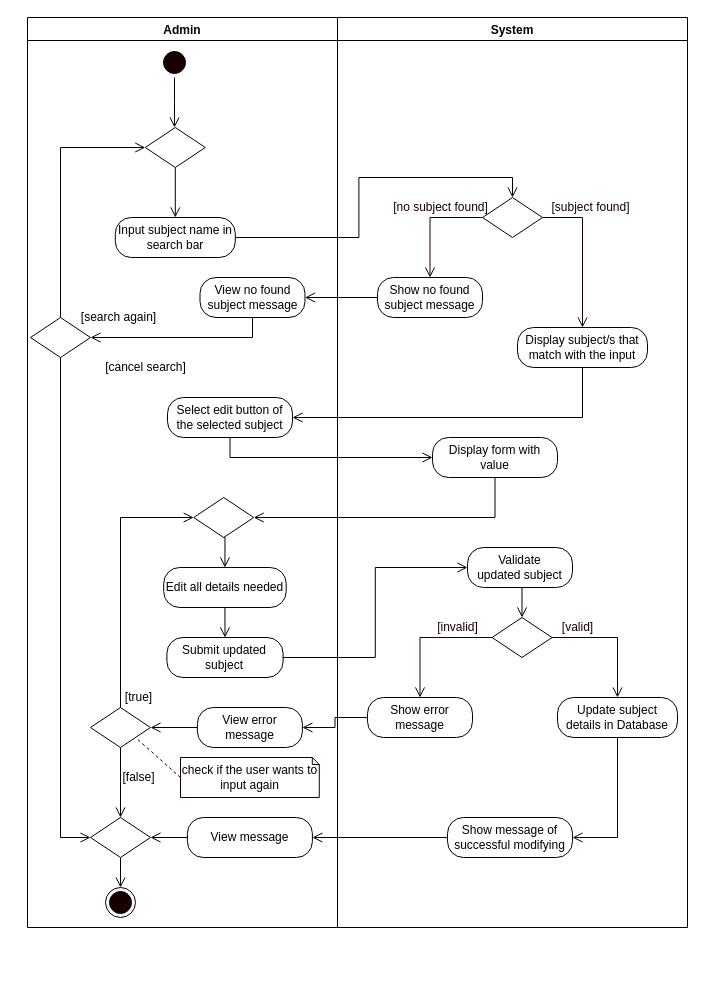
This is page "Edit Subject" (2 of 12) of REVISIONS/UML-DIAGRAMS/6-28-2021/ACTIVITY DIAGRAM/ACTIVITY DIAGRAM2.drawio from mrklglsn/CAPSTONE-FILES, a draw.io file, before an edit. Source tidied: cells renumbered, new cells numbered last; positions are measured from the earlier drawing's top-left corner, leaving out a move shared by most shapes. Both pictures are drawn from the tidied source at 100%, with x=0, y=0 at pixel (27, 17).
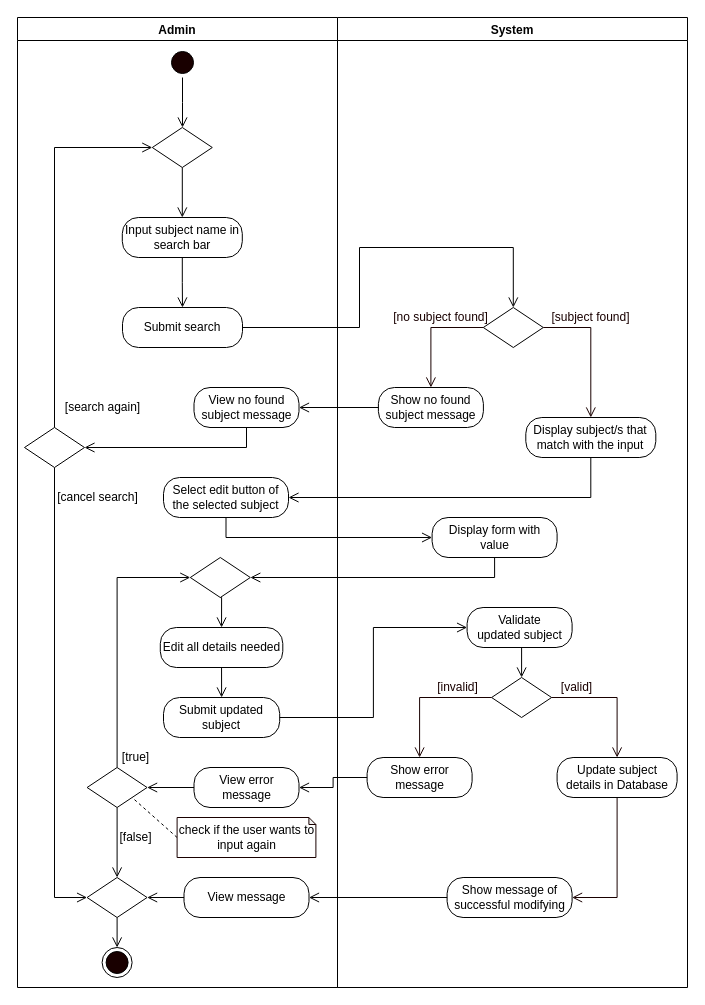
After the change.

Change to the diagram source:
```diff
@@
     <mxCell id="2" value="Admin" style="swimlane;startSize=23;" parent="1" vertex="1">
-      <mxGeometry width="310" height="910" as="geometry" />
+      <mxGeometry x="-10" width="320" height="970" as="geometry" />
     </mxCell>
     <mxCell id="3" style="edgeStyle=orthogonalEdgeStyle;rounded=0;jettySize=auto;html=1;exitX=0.5;exitY=1;exitDx=0;exitDy=0;entryX=0.5;entryY=0;entryDx=0;entryDy=0;endArrow=open;endFill=0;endSize=8;" parent="2" edge="1" source="4">
       <mxGeometry relative="1" as="geometry">
-        <mxPoint x="147" y="110" as="targetPoint" />
+        <mxPoint x="165" y="110" as="targetPoint" />
       </mxGeometry>
     </mxCell>
     <mxCell id="4" style="ellipse;html=1;shape=startState;fillColor=#190000;" parent="2" vertex="1">
-      <mxGeometry x="132" y="30" width="30" height="30" as="geometry" />
+      <mxGeometry x="150" y="30" width="30" height="30" as="geometry" />
     </mxCell>
@@
     <mxCell id="6" value="Edit all details needed" style="rounded=1;whiteSpace=wrap;html=1;arcSize=40;" parent="2" vertex="1">
-      <mxGeometry x="136.2" y="550" width="122.5" height="40" as="geometry" />
+      <mxGeometry x="142.8" y="610" width="122.5" height="40" as="geometry" />
     </mxCell>
     <mxCell id="7" value="Submit updated subject" style="rounded=1;whiteSpace=wrap;html=1;arcSize=40;" parent="2" vertex="1">
-      <mxGeometry x="139.4" y="620" width="116.2" height="40" as="geometry" />
+      <mxGeometry x="146" y="680" width="116.2" height="40" as="geometry" />
     </mxCell>
@@
     <mxCell id="9" style="rhombus;whiteSpace=wrap;html=1;" parent="2" vertex="1">
-      <mxGeometry x="166.2" y="480" width="60" height="40" as="geometry" />
+      <mxGeometry x="172.8" y="540" width="60" height="40" as="geometry" />
     </mxCell>
@@
     <mxCell id="12" style="rhombus;whiteSpace=wrap;html=1;" parent="2" vertex="1">
-      <mxGeometry x="63" y="690" width="60" height="40" as="geometry" />
+      <mxGeometry x="69.6" y="750" width="60" height="40" as="geometry" />
     </mxCell>
     <mxCell id="13" value="[true]" style="text;html=1;align=center;verticalAlign=middle;strokeColor=none;" parent="2" vertex="1">
-      <mxGeometry x="91.2" y="670" width="40" height="20" as="geometry" />
+      <mxGeometry x="97.8" y="730" width="40" height="20" as="geometry" />
     </mxCell>
@@
     <mxCell id="15" value="check if the user wants to input again" style="shape=note;whiteSpace=wrap;html=1;backgroundOutline=1;darkOpacity=0.05;strokeColor=#190000;size=7;" parent="2" vertex="1">
-      <mxGeometry x="153" y="740" width="138.8" height="40" as="geometry" />
+      <mxGeometry x="159.6" y="800" width="138.8" height="40" as="geometry" />
     </mxCell>
     <mxCell id="16" value="[false]" style="text;html=1;align=center;verticalAlign=middle;strokeColor=none;" parent="2" vertex="1">
-      <mxGeometry x="86.2" y="750" width="50" height="20" as="geometry" />
+      <mxGeometry x="92.8" y="810" width="50" height="20" as="geometry" />
     </mxCell>
     <mxCell id="17" style="ellipse;html=1;shape=endState;fillColor=#190000;" parent="2" vertex="1">
-      <mxGeometry x="78" y="870" width="30" height="30" as="geometry" />
+      <mxGeometry x="84.6" y="930" width="30" height="30" as="geometry" />
     </mxCell>
@@
     <mxCell id="19" value="View error message" style="rounded=1;whiteSpace=wrap;html=1;arcSize=40;" parent="2" vertex="1">
-      <mxGeometry x="169.9" y="690" width="105" height="40" as="geometry" />
+      <mxGeometry x="176.5" y="750" width="105" height="40" as="geometry" />
     </mxCell>
@@
     <mxCell id="21" value="View message" style="rounded=1;whiteSpace=wrap;html=1;arcSize=40;" parent="2" vertex="1">
-      <mxGeometry x="159.9" y="800" width="125" height="40" as="geometry" />
+      <mxGeometry x="166.5" y="860" width="125" height="40" as="geometry" />
     </mxCell>
@@
     <mxCell id="23" style="rhombus;whiteSpace=wrap;html=1;" parent="2" vertex="1">
-      <mxGeometry x="63" y="800" width="60" height="40" as="geometry" />
+      <mxGeometry x="69.6" y="860" width="60" height="40" as="geometry" />
     </mxCell>
+    <mxCell id="27" value="Select edit button of the selected subject" style="rounded=1;whiteSpace=wrap;html=1;arcSize=40;" parent="2" vertex="1">
+      <mxGeometry x="146" y="460" width="125" height="40" as="geometry" />
+    </mxCell>
+    <mxCell id="28" style="edgeStyle=orthogonalEdgeStyle;rounded=0;jettySize=auto;html=1;exitX=0.5;exitY=1;exitDx=0;exitDy=0;endArrow=open;endFill=0;endSize=8;entryX=0;entryY=0.5;entryDx=0;entryDy=0;" parent="2" edge="1" source="24" target="23">
+      <mxGeometry relative="1" as="geometry" />
+    </mxCell>
     <mxCell id="24" style="rhombus;whiteSpace=wrap;html=1;" parent="2" vertex="1">
-      <mxGeometry x="3" y="300" width="60" height="40" as="geometry" />
+      <mxGeometry x="7" y="410" width="60" height="40" as="geometry" />
     </mxCell>
     <mxCell id="25" value="[search again]" style="text;html=1;align=center;verticalAlign=middle;strokeColor=none;rotation=0;" parent="2" vertex="1">
-      <mxGeometry x="46.2" y="290" width="90" height="20" as="geometry" />
+      <mxGeometry x="39.6" y="380" width="90" height="20" as="geometry" />
     </mxCell>
     <mxCell id="26" value="[cancel search]" style="text;html=1;align=center;verticalAlign=middle;strokeColor=none;rotation=0;" parent="2" vertex="1">
-      <mxGeometry x="68.2" y="340" width="100" height="20" as="geometry" />
+      <mxGeometry x="29.6" y="470" width="100" height="20" as="geometry" />
     </mxCell>
-    <mxCell id="27" value="Select edit button of the selected subject" style="rounded=1;whiteSpace=wrap;html=1;arcSize=40;" parent="2" vertex="1">
-      <mxGeometry x="140" y="380" width="125" height="40" as="geometry" />
-    </mxCell>
-    <mxCell id="28" style="edgeStyle=orthogonalEdgeStyle;rounded=0;jettySize=auto;html=1;exitX=0.5;exitY=1;exitDx=0;exitDy=0;endArrow=open;endFill=0;endSize=8;entryX=0;entryY=0.5;entryDx=0;entryDy=0;" parent="2" edge="1" source="24" target="23">
-      <mxGeometry relative="1" as="geometry" />
-    </mxCell>
+    <mxCell id="44" value="View no found subject message" style="rounded=1;whiteSpace=wrap;html=1;arcSize=40;" parent="2" vertex="1">
+      <mxGeometry x="176.5" y="370" width="105" height="40" as="geometry" />
+    </mxCell>
+    <mxCell id="60" style="edgeStyle=orthogonalEdgeStyle;rounded=0;jettySize=auto;html=1;exitX=0.5;exitY=1;exitDx=0;exitDy=0;entryX=1;entryY=0.5;entryDx=0;entryDy=0;endArrow=open;endFill=0;endSize=8;" parent="2" edge="1" source="44" target="24">
+      <mxGeometry relative="1" as="geometry" />
+    </mxCell>
+    <mxCell id="64" value="Submit search" style="rounded=1;whiteSpace=wrap;html=1;arcSize=40;" parent="2" vertex="1">
+      <mxGeometry x="105" y="290" width="120" height="40" as="geometry" />
+    </mxCell>
     <mxCell id="29" value="System" style="swimlane;" parent="1" vertex="1">
-      <mxGeometry x="310" width="350" height="910" as="geometry" />
+      <mxGeometry x="310" width="350" height="970" as="geometry" />
     </mxCell>
     <mxCell id="30" value="Validate updated&amp;nbsp;subject" style="rounded=1;whiteSpace=wrap;html=1;arcSize=40;" parent="29" vertex="1">
-      <mxGeometry x="130" y="530" width="105" height="40" as="geometry" />
+      <mxGeometry x="129.6" y="590" width="105" height="40" as="geometry" />
     </mxCell>
     <mxCell id="31" style="rhombus;whiteSpace=wrap;html=1;" parent="29" vertex="1">
-      <mxGeometry x="154.5" y="600" width="60" height="40" as="geometry" />
+      <mxGeometry x="154.1" y="660" width="60" height="40" as="geometry" />
     </mxCell>
@@
     <mxCell id="33" value="&lt;font color=&quot;#190000&quot;&gt;[valid]&lt;/font&gt;" style="text;html=1;align=center;verticalAlign=middle;strokeColor=none;fontColor=#FFFFFF;" parent="29" vertex="1">
-      <mxGeometry x="214.5" y="600" width="50" height="20" as="geometry" />
+      <mxGeometry x="214.1" y="660" width="50" height="20" as="geometry" />
     </mxCell>
     <mxCell id="34" value="&lt;font color=&quot;#190000&quot;&gt;[invalid]&lt;/font&gt;" style="text;html=1;align=center;verticalAlign=middle;strokeColor=none;fontColor=#FFFFFF;" parent="29" vertex="1">
-      <mxGeometry x="90" y="600" width="60" height="20" as="geometry" />
+      <mxGeometry x="89.6" y="660" width="60" height="20" as="geometry" />
     </mxCell>
     <mxCell id="35" value="Show error message" style="rounded=1;whiteSpace=wrap;html=1;arcSize=40;" parent="29" vertex="1">
-      <mxGeometry x="30" y="680" width="105" height="40" as="geometry" />
+      <mxGeometry x="29.6" y="740" width="105" height="40" as="geometry" />
     </mxCell>
@@
     <mxCell id="37" value="Update subject details in Database" style="rounded=1;whiteSpace=wrap;html=1;arcSize=40;" parent="29" vertex="1">
-      <mxGeometry x="220" y="680" width="120" height="40" as="geometry" />
+      <mxGeometry x="219.6" y="740" width="120" height="40" as="geometry" />
     </mxCell>
@@
     <mxCell id="40" value="Show message of successful modifying" style="rounded=1;whiteSpace=wrap;html=1;arcSize=40;" parent="29" vertex="1">
-      <mxGeometry x="110" y="800" width="125" height="40" as="geometry" />
+      <mxGeometry x="109.6" y="860" width="125" height="40" as="geometry" />
     </mxCell>
     <mxCell id="41" value="Input subject name in search bar" style="rounded=1;whiteSpace=wrap;html=1;arcSize=40;" parent="29" vertex="1">
-      <mxGeometry x="-222.2" y="200" width="120" height="40" as="geometry" />
+      <mxGeometry x="-215.2" y="200" width="120" height="40" as="geometry" />
     </mxCell>
@@
     <mxCell id="43" style="rhombus;whiteSpace=wrap;html=1;" parent="29" vertex="1">
-      <mxGeometry x="-192.2" y="110" width="60" height="40" as="geometry" />
+      <mxGeometry x="-185.2" y="110" width="60" height="40" as="geometry" />
     </mxCell>
-    <mxCell id="44" value="View no found subject message" style="rounded=1;whiteSpace=wrap;html=1;arcSize=40;" parent="29" vertex="1">
-      <mxGeometry x="-137.5" y="260" width="105" height="40" as="geometry" />
-    </mxCell>
     <mxCell id="45" style="rhombus;whiteSpace=wrap;html=1;" parent="29" vertex="1">
-      <mxGeometry x="145" y="180" width="60" height="40" as="geometry" />
+      <mxGeometry x="145.8" y="290" width="60" height="40" as="geometry" />
     </mxCell>
-    <mxCell id="46" style="edgeStyle=orthogonalEdgeStyle;rounded=0;jettySize=auto;html=1;exitX=1;exitY=0.5;exitDx=0;exitDy=0;entryX=0.5;entryY=0;entryDx=0;entryDy=0;endArrow=open;endFill=0;endSize=8;" parent="29" edge="1" source="41" target="45">
-      <mxGeometry relative="1" as="geometry" />
-    </mxCell>
     <mxCell id="47" value="&lt;font color=&quot;#190000&quot;&gt;[subject found]&lt;/font&gt;" style="text;html=1;align=center;verticalAlign=middle;strokeColor=none;fontColor=#FFFFFF;" parent="29" vertex="1">
-      <mxGeometry x="202.5" y="180" width="100" height="20" as="geometry" />
+      <mxGeometry x="203.3" y="290" width="100" height="20" as="geometry" />
     </mxCell>
     <mxCell id="48" value="&lt;font color=&quot;#190000&quot;&gt;[no subject found]&lt;/font&gt;" style="text;html=1;align=center;verticalAlign=middle;strokeColor=none;fontColor=#FFFFFF;" parent="29" vertex="1">
-      <mxGeometry x="47.5" y="180" width="110" height="20" as="geometry" />
+      <mxGeometry x="48.4" y="290" width="110" height="20" as="geometry" />
     </mxCell>
     <mxCell id="49" value="Show no found subject message" style="rounded=1;whiteSpace=wrap;html=1;arcSize=40;" parent="29" vertex="1">
-      <mxGeometry x="40" y="260" width="105" height="40" as="geometry" />
+      <mxGeometry x="40.9" y="370" width="105" height="40" as="geometry" />
     </mxCell>
-    <mxCell id="50" style="edgeStyle=orthogonalEdgeStyle;rounded=0;jettySize=auto;html=1;exitX=0;exitY=0.5;exitDx=0;exitDy=0;entryX=1;entryY=0.5;entryDx=0;entryDy=0;endArrow=open;endFill=0;endSize=8;" parent="29" edge="1" source="49" target="44">
-      <mxGeometry relative="1" as="geometry" />
-    </mxCell>
@@
-    <mxCell id="52" style="edgeStyle=orthogonalEdgeStyle;rounded=0;jettySize=auto;html=1;exitX=0.5;exitY=1;exitDx=0;exitDy=0;entryX=0.5;entryY=0;entryDx=0;entryDy=0;endArrow=open;endFill=0;endSize=8;" parent="29" edge="1" source="53">
-      <mxGeometry relative="1" as="geometry">
-        <mxPoint x="245" y="350" as="targetPoint" />
-      </mxGeometry>
-    </mxCell>
     <mxCell id="53" value="Display subject/s that match with the input" style="rounded=1;whiteSpace=wrap;html=1;arcSize=40;" parent="29" vertex="1">
-      <mxGeometry x="180" y="310" width="130" height="40" as="geometry" />
+      <mxGeometry x="188.3" y="400" width="130" height="40" as="geometry" />
     </mxCell>
@@
     <mxCell id="55" value="Display form with value" style="rounded=1;whiteSpace=wrap;html=1;arcSize=40;" parent="29" vertex="1">
-      <mxGeometry x="95" y="420" width="125" height="40" as="geometry" />
+      <mxGeometry x="94.6" y="500" width="125" height="40" as="geometry" />
     </mxCell>
@@
-    <mxCell id="60" style="edgeStyle=orthogonalEdgeStyle;rounded=0;jettySize=auto;html=1;exitX=0.5;exitY=1;exitDx=0;exitDy=0;entryX=1;entryY=0.5;entryDx=0;entryDy=0;endArrow=open;endFill=0;endSize=8;" parent="1" edge="1" source="44" target="24">
-      <mxGeometry relative="1" as="geometry" />
-    </mxCell>
@@
+    <mxCell id="50" style="edgeStyle=orthogonalEdgeStyle;rounded=0;jettySize=auto;html=1;exitX=0;exitY=0.5;exitDx=0;exitDy=0;entryX=1;entryY=0.5;entryDx=0;entryDy=0;endArrow=open;endFill=0;endSize=8;" parent="1" edge="1" source="49" target="44">
+      <mxGeometry relative="1" as="geometry" />
+    </mxCell>
+    <mxCell id="65" style="edgeStyle=orthogonalEdgeStyle;rounded=0;jettySize=auto;html=1;exitX=0.5;exitY=1;exitDx=0;exitDy=0;endArrow=open;endFill=0;endSize=8;" parent="1" edge="1" source="41" target="64">
+      <mxGeometry relative="1" as="geometry" />
+    </mxCell>
+    <mxCell id="66" style="edgeStyle=orthogonalEdgeStyle;rounded=0;jettySize=auto;html=1;exitX=1;exitY=0.5;exitDx=0;exitDy=0;entryX=0.5;entryY=0;entryDx=0;entryDy=0;endArrow=open;endFill=0;endSize=8;" parent="1" edge="1" source="64" target="45">
+      <mxGeometry relative="1" as="geometry">
+        <Array as="points">
+          <mxPoint x="332" y="310" />
+          <mxPoint x="332" y="230" />
+          <mxPoint x="486" y="230" />
+        </Array>
+      </mxGeometry>
+    </mxCell>
```
